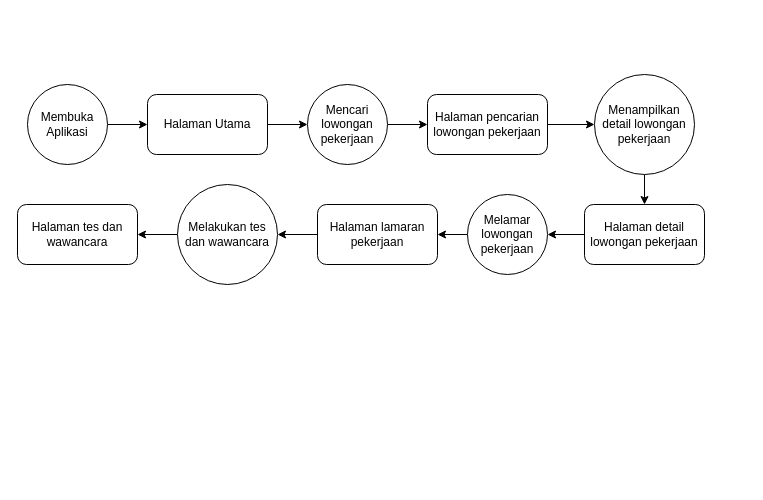
Pfftz/Dicoding_wir keeps this draw.io diagram as Jawir.drawio. Above is the earlier version. Source tidied: cells renumbered, new cells numbered last; positions are measured from the earlier drawing's top-left corner, leaving out a move shared by most shapes. Both pictures are drawn from the tidied source at 100%, with x=0, y=0 at pixel (17, 74).
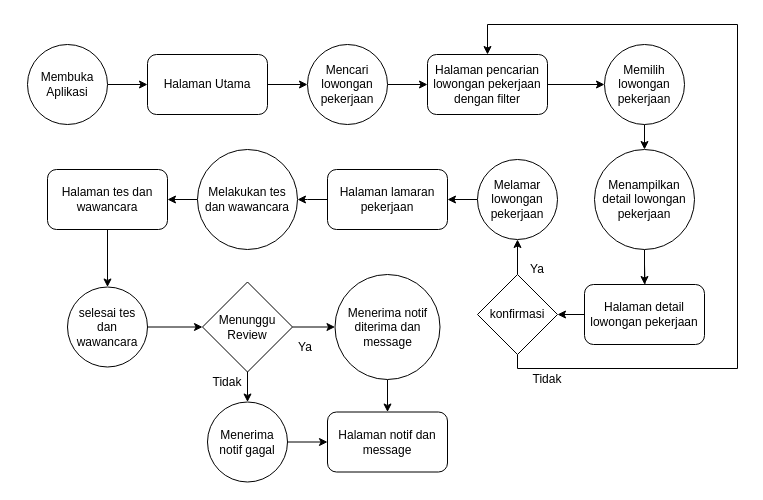
After the change.

What changed in the source:
```diff
@@
     <mxCell id="3" value="Membuka Aplikasi" style="ellipse;whiteSpace=wrap;html=1;" parent="1" vertex="1">
-      <mxGeometry x="10" y="10" width="80" height="80" as="geometry" />
+      <mxGeometry x="10" y="-30" width="80" height="80" as="geometry" />
     </mxCell>
@@
     <mxCell id="5" value="Halaman Utama" style="rounded=1;whiteSpace=wrap;html=1;" parent="1" vertex="1">
-      <mxGeometry x="130" y="20" width="120" height="60" as="geometry" />
+      <mxGeometry x="130" y="-20" width="120" height="60" as="geometry" />
     </mxCell>
@@
     <mxCell id="7" value="Mencari lowongan pekerjaan" style="ellipse;whiteSpace=wrap;html=1;" parent="1" vertex="1">
-      <mxGeometry x="290" y="10" width="80" height="80" as="geometry" />
+      <mxGeometry x="290" y="-30" width="80" height="80" as="geometry" />
     </mxCell>
-    <mxCell id="8" style="edgeStyle=orthogonalEdgeStyle;rounded=0;jettySize=auto;html=1;" parent="1" edge="1" source="9" target="11">
+    <mxCell id="8" style="edgeStyle=orthogonalEdgeStyle;rounded=0;jettySize=auto;html=1;" parent="1" edge="1" source="25" target="11">
       <mxGeometry relative="1" as="geometry" />
     </mxCell>
-    <mxCell id="9" value="Halaman pencarian lowongan pekerjaan" style="rounded=1;whiteSpace=wrap;html=1;" parent="1" vertex="1">
-      <mxGeometry x="410" y="20" width="120" height="60" as="geometry" />
+    <mxCell id="9" value="Halaman pencarian lowongan pekerjaan dengan filter" style="rounded=1;whiteSpace=wrap;html=1;" parent="1" vertex="1">
+      <mxGeometry x="410" y="-20" width="120" height="60" as="geometry" />
     </mxCell>
-    <mxCell id="10" style="edgeStyle=orthogonalEdgeStyle;rounded=0;jettySize=auto;html=1;" parent="1" edge="1" source="11" target="13">
-      <mxGeometry relative="1" as="geometry" />
+    <mxCell id="10" style="edgeStyle=orthogonalEdgeStyle;rounded=0;jettySize=auto;html=1;" parent="1" edge="1" target="13">
+      <mxGeometry relative="1" as="geometry">
+        <mxPoint x="627" y="190" as="sourcePoint" />
+      </mxGeometry>
     </mxCell>
+    <mxCell id="21" style="edgeStyle=orthogonalEdgeStyle;rounded=0;jettySize=auto;html=1;" parent="1" edge="1" source="11" target="13">
+      <mxGeometry relative="1" as="geometry" />
+    </mxCell>
     <mxCell id="11" value="Menampilkan detail lowongan pekerjaan" style="ellipse;whiteSpace=wrap;html=1;" parent="1" vertex="1">
-      <mxGeometry x="577" width="100" height="100" as="geometry" />
+      <mxGeometry x="577" y="75" width="100" height="100" as="geometry" />
     </mxCell>
-    <mxCell id="12" style="edgeStyle=orthogonalEdgeStyle;rounded=0;jettySize=auto;html=1;" parent="1" edge="1" source="13" target="15">
+    <mxCell id="12" style="edgeStyle=orthogonalEdgeStyle;rounded=0;jettySize=auto;html=1;entryX=0.5;entryY=1;entryDx=0;entryDy=0;" parent="1" edge="1" source="28" target="15">
       <mxGeometry relative="1" as="geometry" />
     </mxCell>
     <mxCell id="13" value="Halaman detail lowongan pekerjaan" style="rounded=1;whiteSpace=wrap;html=1;" parent="1" vertex="1">
-      <mxGeometry x="567" y="130" width="120" height="60" as="geometry" />
+      <mxGeometry x="567" y="210" width="120" height="60" as="geometry" />
     </mxCell>
@@
     <mxCell id="15" value="Melamar lowongan pekerjaan" style="ellipse;whiteSpace=wrap;html=1;" parent="1" vertex="1">
-      <mxGeometry x="450" y="120" width="80" height="80" as="geometry" />
+      <mxGeometry x="460" y="85" width="80" height="80" as="geometry" />
     </mxCell>
@@
     <mxCell id="17" value="Melakukan tes dan wawancara" style="ellipse;whiteSpace=wrap;html=1;" parent="1" vertex="1">
-      <mxGeometry x="160" y="110" width="100" height="100" as="geometry" />
+      <mxGeometry x="180" y="75" width="100" height="100" as="geometry" />
     </mxCell>
-    <mxCell id="18" style="edgeStyle=orthogonalEdgeStyle;rounded=0;jettySize=auto;html=1;" parent="1" edge="1" source="19" target="17">
-      <mxGeometry relative="1" as="geometry" />
-    </mxCell>
+    <mxCell id="22" style="edgeStyle=orthogonalEdgeStyle;rounded=0;jettySize=auto;html=1;" parent="1" edge="1" source="19">
+      <mxGeometry relative="1" as="geometry">
+        <mxPoint x="280" y="125" as="targetPoint" />
+      </mxGeometry>
+    </mxCell>
     <mxCell id="19" value="Halaman lamaran pekerjaan" style="rounded=1;whiteSpace=wrap;html=1;" parent="1" vertex="1">
-      <mxGeometry x="300" y="130" width="120" height="60" as="geometry" />
+      <mxGeometry x="310" y="95" width="120" height="60" as="geometry" />
     </mxCell>
+    <mxCell id="23" style="edgeStyle=orthogonalEdgeStyle;rounded=0;jettySize=auto;html=1;" parent="1" edge="1" source="20" target="35">
+      <mxGeometry relative="1" as="geometry" />
+    </mxCell>
     <mxCell id="20" value="Halaman tes dan wawancara" style="rounded=1;whiteSpace=wrap;html=1;" parent="1" vertex="1">
-      <mxGeometry y="130" width="120" height="60" as="geometry" />
+      <mxGeometry x="30" y="95" width="120" height="60" as="geometry" />
     </mxCell>
+    <mxCell id="24" style="edgeStyle=orthogonalEdgeStyle;rounded=0;jettySize=auto;html=1;" parent="1" edge="1" source="9" target="25">
+      <mxGeometry relative="1" as="geometry" />
+    </mxCell>
+    <mxCell id="25" value="Memilih lowongan pekerjaan" style="ellipse;whiteSpace=wrap;html=1;" parent="1" vertex="1">
+      <mxGeometry x="587" y="-30" width="80" height="80" as="geometry" />
+    </mxCell>
+    <mxCell id="26" style="edgeStyle=orthogonalEdgeStyle;rounded=0;jettySize=auto;html=1;" parent="1" edge="1" source="13" target="28">
+      <mxGeometry relative="1" as="geometry" />
+    </mxCell>
+    <mxCell id="27" style="edgeStyle=orthogonalEdgeStyle;rounded=0;jettySize=auto;html=1;entryX=0.5;entryY=0;entryDx=0;entryDy=0;" parent="1" edge="1" source="28" target="9">
+      <mxGeometry relative="1" as="geometry">
+        <Array as="points">
+          <mxPoint x="500" y="294" />
+          <mxPoint x="720" y="294" />
+          <mxPoint x="720" y="-50" />
+          <mxPoint x="470" y="-50" />
+        </Array>
+      </mxGeometry>
+    </mxCell>
+    <mxCell id="28" value="konfirmasi" style="rhombus;whiteSpace=wrap;html=1;" parent="1" vertex="1">
+      <mxGeometry x="460" y="200" width="80" height="80" as="geometry" />
+    </mxCell>
+    <mxCell id="29" value="Ya" style="text;html=1;strokeColor=none;fillColor=none;align=center;verticalAlign=middle;whiteSpace=wrap;rounded=0;" parent="1" vertex="1">
+      <mxGeometry x="490" y="180" width="60" height="30" as="geometry" />
+    </mxCell>
+    <mxCell id="30" value="Tidak" style="text;html=1;strokeColor=none;fillColor=none;align=center;verticalAlign=middle;whiteSpace=wrap;rounded=0;" parent="1" vertex="1">
+      <mxGeometry x="500" y="290" width="60" height="30" as="geometry" />
+    </mxCell>
+    <mxCell id="31" style="edgeStyle=orthogonalEdgeStyle;rounded=0;jettySize=auto;html=1;" parent="1" edge="1" source="33" target="37">
+      <mxGeometry relative="1" as="geometry" />
+    </mxCell>
+    <mxCell id="32" style="edgeStyle=orthogonalEdgeStyle;rounded=0;jettySize=auto;html=1;" parent="1" edge="1" source="33" target="41">
+      <mxGeometry relative="1" as="geometry" />
+    </mxCell>
+    <mxCell id="33" value="Menunggu Review" style="rhombus;whiteSpace=wrap;html=1;" parent="1" vertex="1">
+      <mxGeometry x="185" y="207.5" width="90" height="90" as="geometry" />
+    </mxCell>
+    <mxCell id="34" style="edgeStyle=orthogonalEdgeStyle;rounded=0;jettySize=auto;html=1;" parent="1" edge="1" source="35" target="33">
+      <mxGeometry relative="1" as="geometry" />
+    </mxCell>
+    <mxCell id="35" value="selesai tes dan wawancara" style="ellipse;whiteSpace=wrap;html=1;" parent="1" vertex="1">
+      <mxGeometry x="50" y="212.5" width="80" height="80" as="geometry" />
+    </mxCell>
+    <mxCell id="36" style="edgeStyle=orthogonalEdgeStyle;rounded=0;jettySize=auto;html=1;" parent="1" edge="1" source="37" target="38">
+      <mxGeometry relative="1" as="geometry" />
+    </mxCell>
+    <mxCell id="37" value="Menerima notif diterima dan message" style="ellipse;whiteSpace=wrap;html=1;" parent="1" vertex="1">
+      <mxGeometry x="317.5" y="200" width="105" height="105" as="geometry" />
+    </mxCell>
+    <mxCell id="38" value="Halaman notif dan message" style="rounded=1;whiteSpace=wrap;html=1;" parent="1" vertex="1">
+      <mxGeometry x="310" y="337.5" width="120" height="60" as="geometry" />
+    </mxCell>
+    <mxCell id="39" value="Ya" style="text;html=1;strokeColor=none;fillColor=none;align=center;verticalAlign=middle;whiteSpace=wrap;rounded=0;" parent="1" vertex="1">
+      <mxGeometry x="257.5" y="257.5" width="60" height="30" as="geometry" />
+    </mxCell>
+    <mxCell id="40" style="edgeStyle=orthogonalEdgeStyle;rounded=0;jettySize=auto;html=1;" parent="1" edge="1" source="41" target="38">
+      <mxGeometry relative="1" as="geometry" />
+    </mxCell>
+    <mxCell id="41" value="Menerima notif gagal" style="ellipse;whiteSpace=wrap;html=1;" parent="1" vertex="1">
+      <mxGeometry x="190" y="327.5" width="80" height="80" as="geometry" />
+    </mxCell>
+    <mxCell id="42" value="Tidak" style="text;html=1;strokeColor=none;fillColor=none;align=center;verticalAlign=middle;whiteSpace=wrap;rounded=0;" parent="1" vertex="1">
+      <mxGeometry x="180" y="292.5" width="60" height="30" as="geometry" />
+    </mxCell>
```
